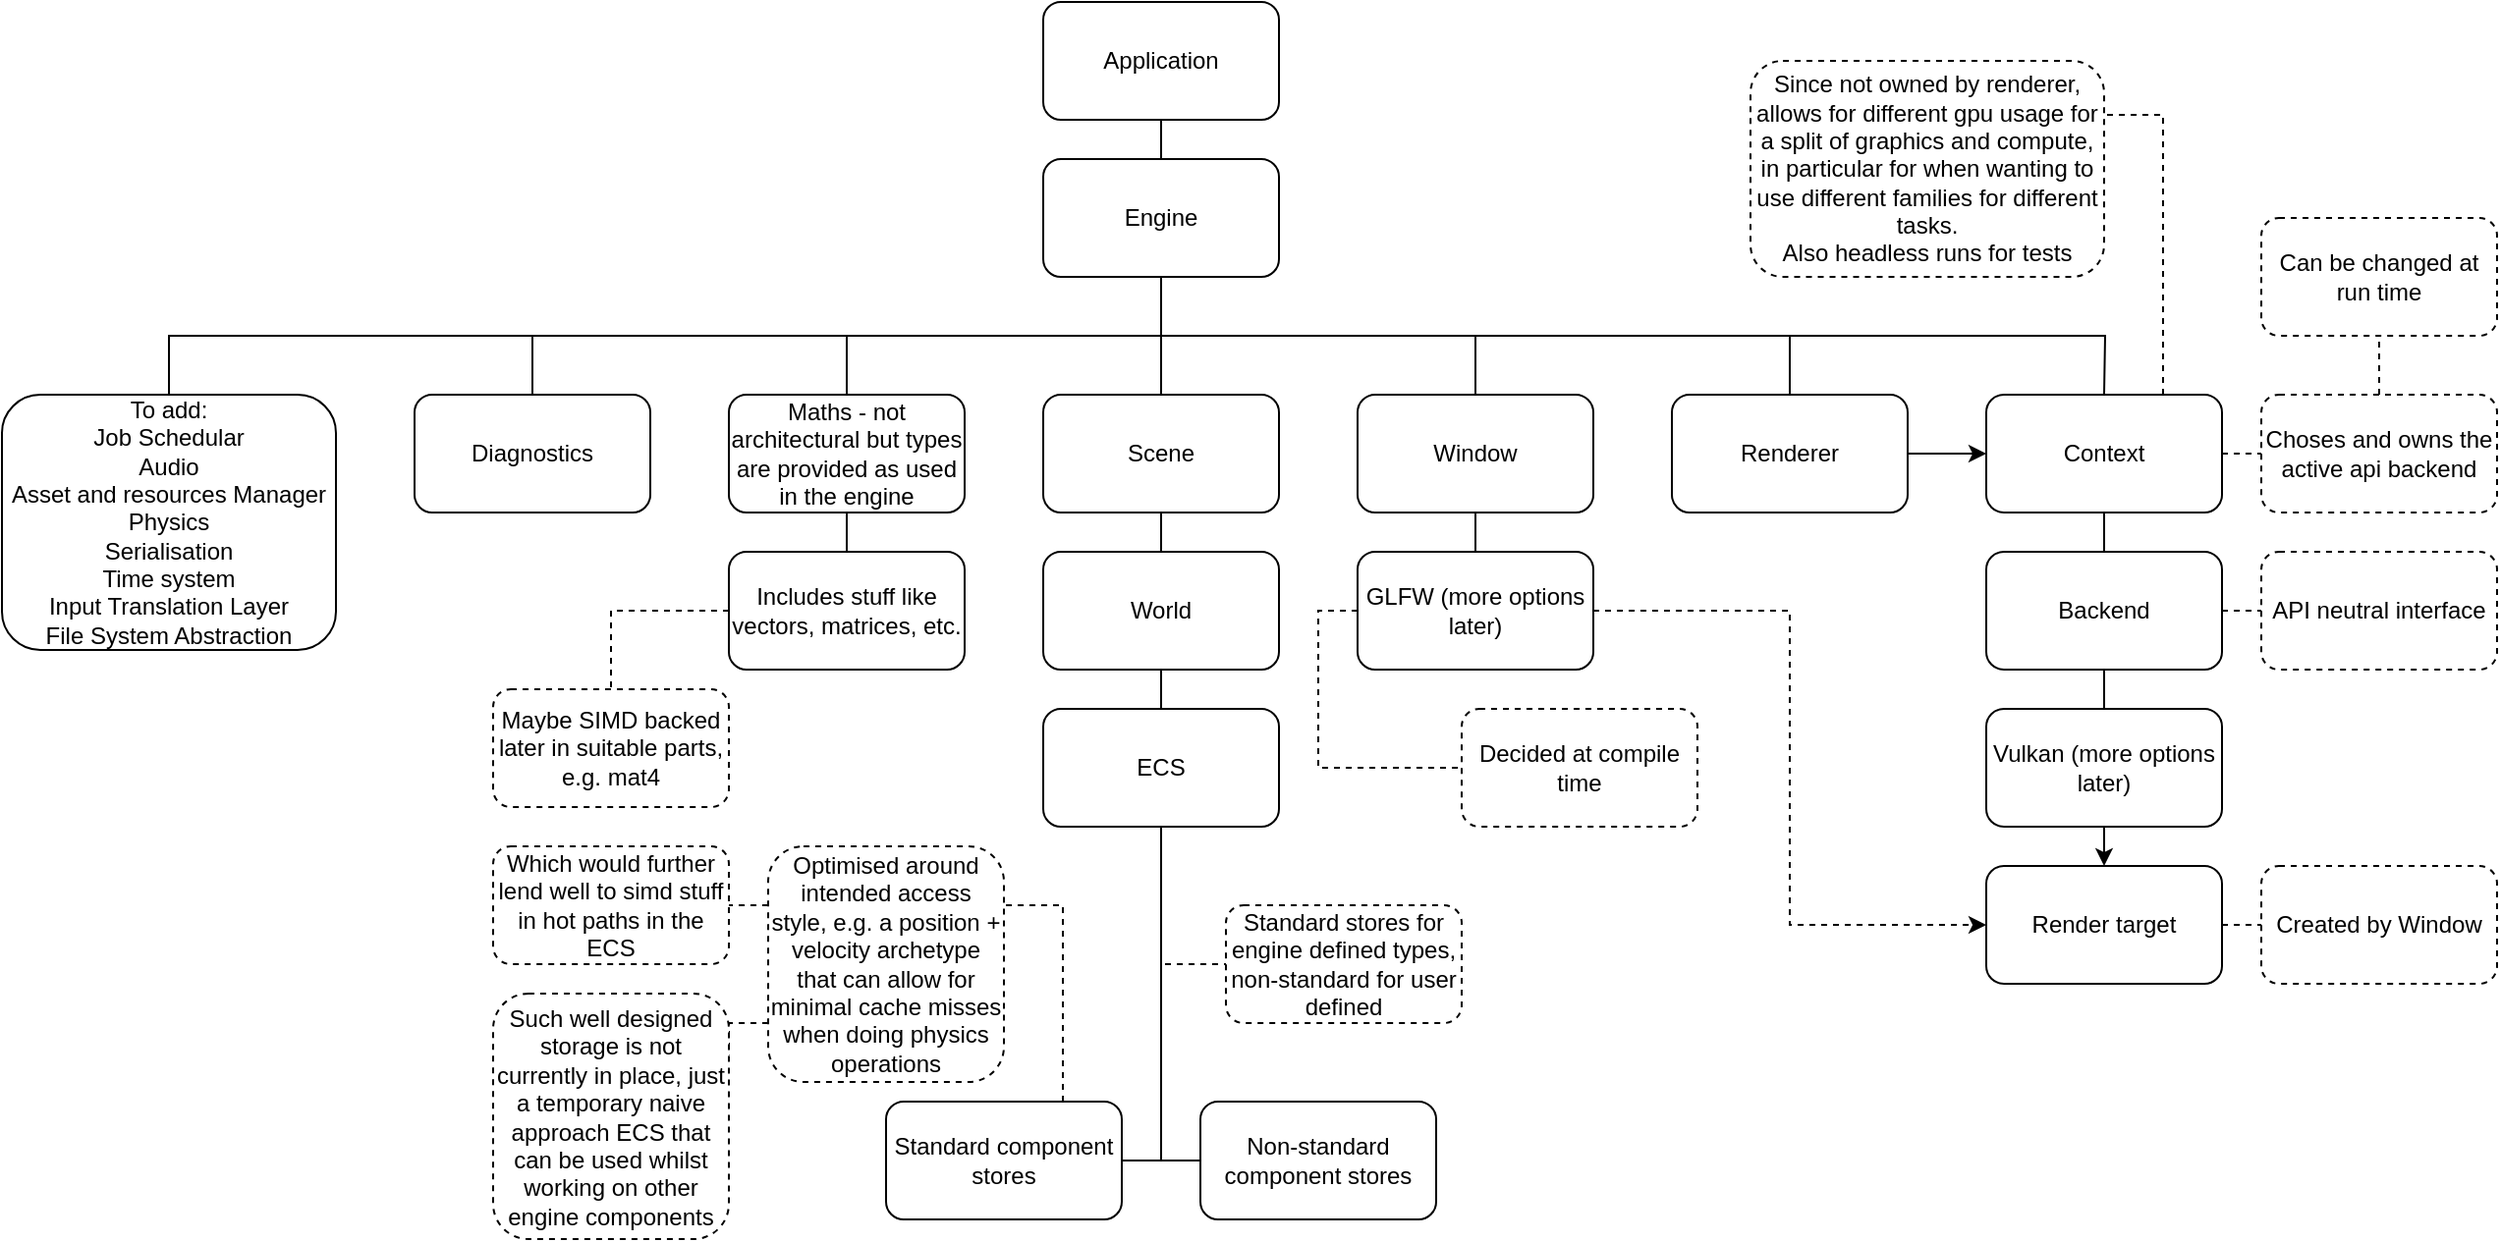
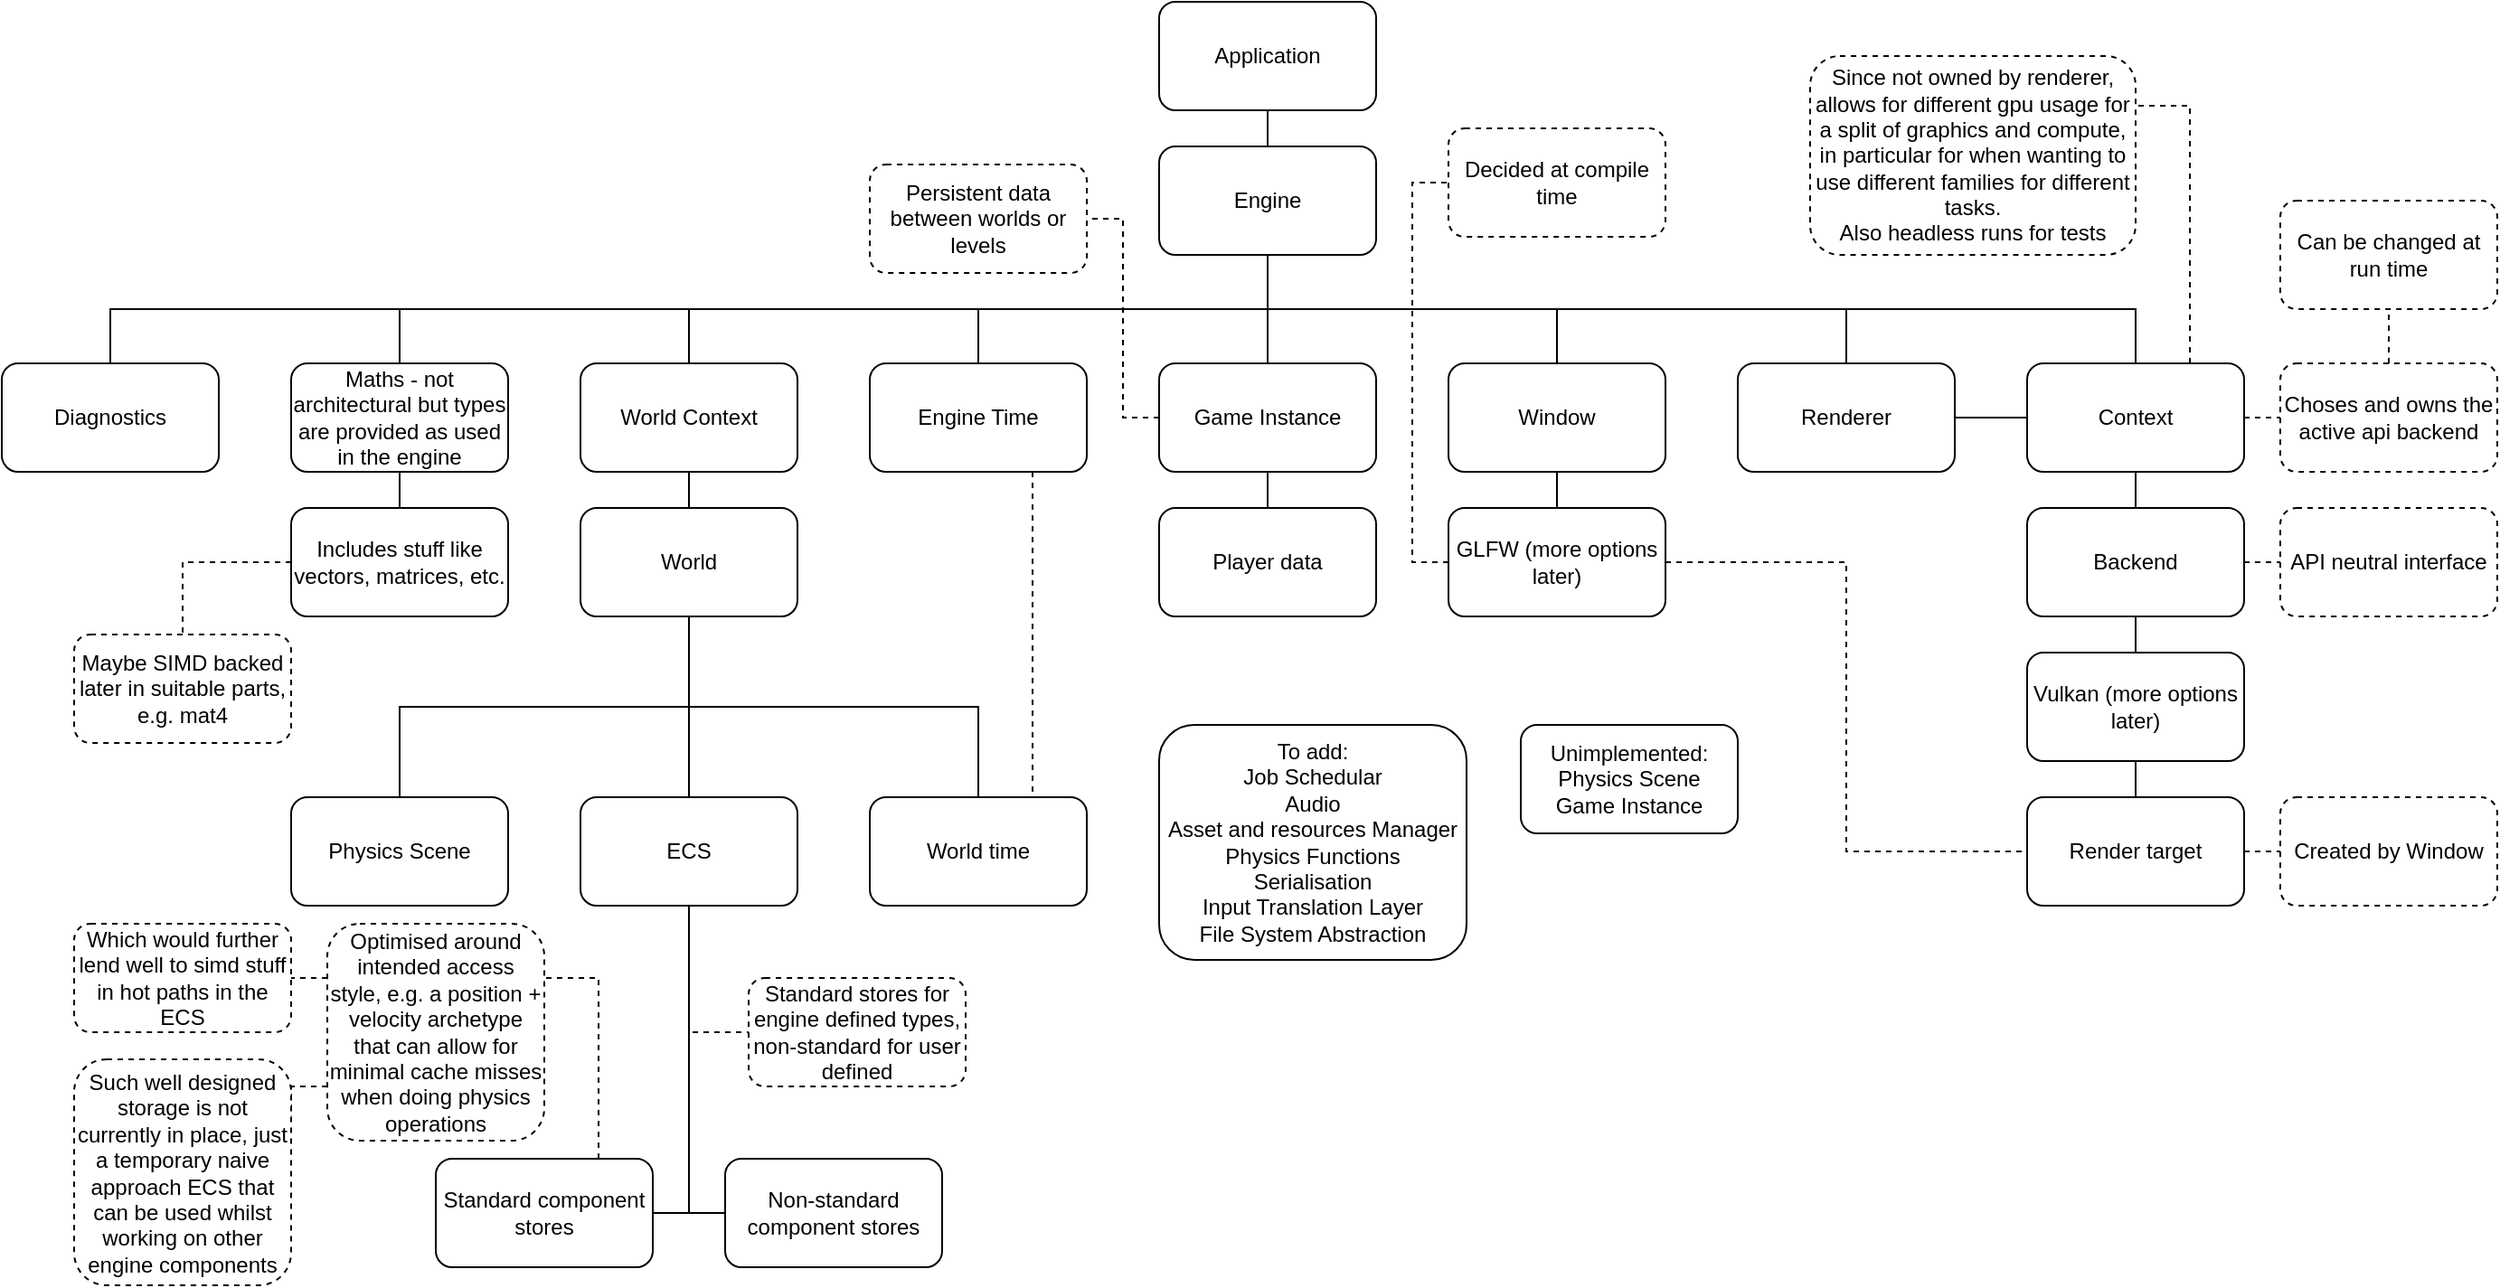
<mxfile host="app.diagrams.net">
  <diagram name="Page-1" id="mbhAn7DSFYo8dZAduWNX">
-     <mxGraphModel dx="2264" dy="987" grid="1" gridSize="10" guides="1" tooltips="1" connect="1" arrows="1" fold="1" page="1" pageScale="1" pageWidth="827" pageHeight="1169" math="0" shadow="0">
+     <mxGraphModel dx="2383" dy="864" grid="1" gridSize="10" guides="1" tooltips="1" connect="1" arrows="1" fold="1" page="1" pageScale="1" pageWidth="827" pageHeight="1169" math="0" shadow="0">
      <root>
        <mxCell id="0" />
        <mxCell id="1" parent="0" />
        <mxCell id="Oi5ag5eFNUSWMgOTI_YV-3" edge="1" parent="1" source="Oi5ag5eFNUSWMgOTI_YV-1" style="edgeStyle=orthogonalEdgeStyle;rounded=0;orthogonalLoop=1;jettySize=auto;html=1;exitX=0.5;exitY=1;exitDx=0;exitDy=0;entryX=0.5;entryY=0;entryDx=0;entryDy=0;endArrow=none;endFill=0;" target="Oi5ag5eFNUSWMgOTI_YV-2">
          <mxGeometry relative="1" as="geometry" />
        </mxCell>
        <mxCell id="Oi5ag5eFNUSWMgOTI_YV-1" parent="1" style="rounded=1;whiteSpace=wrap;html=1;" value="Application" vertex="1">
          <mxGeometry height="60" width="120" x="320" y="80" as="geometry" />
        </mxCell>
        <mxCell id="Oi5ag5eFNUSWMgOTI_YV-11" edge="1" parent="1" source="Oi5ag5eFNUSWMgOTI_YV-2" style="edgeStyle=orthogonalEdgeStyle;rounded=0;orthogonalLoop=1;jettySize=auto;html=1;exitX=0.5;exitY=1;exitDx=0;exitDy=0;entryX=0.5;entryY=0;entryDx=0;entryDy=0;endArrow=none;endFill=0;" target="Oi5ag5eFNUSWMgOTI_YV-4">
          <mxGeometry relative="1" as="geometry" />
        </mxCell>
-         <mxCell id="Oi5ag5eFNUSWMgOTI_YV-14" edge="1" parent="1" source="Oi5ag5eFNUSWMgOTI_YV-2" style="edgeStyle=orthogonalEdgeStyle;rounded=0;orthogonalLoop=1;jettySize=auto;html=1;exitX=0.5;exitY=1;exitDx=0;exitDy=0;entryX=0.5;entryY=0;entryDx=0;entryDy=0;endArrow=none;endFill=0;" target="Oi5ag5eFNUSWMgOTI_YV-5">
-           <mxGeometry relative="1" as="geometry" />
-         </mxCell>
-         <mxCell id="Oi5ag5eFNUSWMgOTI_YV-15" edge="1" parent="1" style="edgeStyle=orthogonalEdgeStyle;rounded=0;orthogonalLoop=1;jettySize=auto;html=1;entryX=0.5;entryY=0;entryDx=0;entryDy=0;endArrow=none;endFill=0;" target="Oi5ag5eFNUSWMgOTI_YV-8">
-           <mxGeometry relative="1" as="geometry">
-             <Array as="points">
-               <mxPoint x="380" y="250" />
-               <mxPoint x="540" y="250" />
-             </Array>
-             <mxPoint x="380" y="220" as="sourcePoint" />
-           </mxGeometry>
-         </mxCell>
        <mxCell id="Oi5ag5eFNUSWMgOTI_YV-16" edge="1" parent="1" source="Oi5ag5eFNUSWMgOTI_YV-2" style="edgeStyle=orthogonalEdgeStyle;rounded=0;orthogonalLoop=1;jettySize=auto;html=1;exitX=0.5;exitY=1;exitDx=0;exitDy=0;entryX=0.5;entryY=0;entryDx=0;entryDy=0;endArrow=none;endFill=0;" target="Oi5ag5eFNUSWMgOTI_YV-6">
          <mxGeometry relative="1" as="geometry" />
        </mxCell>
-         <mxCell id="Oi5ag5eFNUSWMgOTI_YV-17" edge="1" parent="1" source="Oi5ag5eFNUSWMgOTI_YV-2" style="edgeStyle=orthogonalEdgeStyle;rounded=0;orthogonalLoop=1;jettySize=auto;html=1;exitX=0.5;exitY=1;exitDx=0;exitDy=0;entryX=0.5;entryY=0;entryDx=0;entryDy=0;endArrow=none;endFill=0;" target="Oi5ag5eFNUSWMgOTI_YV-7">
-           <mxGeometry relative="1" as="geometry" />
-         </mxCell>
-         <mxCell id="Oi5ag5eFNUSWMgOTI_YV-20" edge="1" parent="1" source="Oi5ag5eFNUSWMgOTI_YV-2" style="edgeStyle=orthogonalEdgeStyle;rounded=0;orthogonalLoop=1;jettySize=auto;html=1;exitX=0.5;exitY=1;exitDx=0;exitDy=0;endArrow=none;endFill=0;">
-           <mxGeometry relative="1" as="geometry">
-             <mxPoint x="860" y="280.0000000000001" as="targetPoint" />
-           </mxGeometry>
-         </mxCell>
        <mxCell id="Oi5ag5eFNUSWMgOTI_YV-87" edge="1" parent="1" source="Oi5ag5eFNUSWMgOTI_YV-2" style="edgeStyle=orthogonalEdgeStyle;rounded=0;orthogonalLoop=1;jettySize=auto;html=1;exitX=0.5;exitY=1;exitDx=0;exitDy=0;entryX=0.5;entryY=0;entryDx=0;entryDy=0;endArrow=none;endFill=0;" target="Oi5ag5eFNUSWMgOTI_YV-86">
+           <mxGeometry relative="1" as="geometry" />
+         </mxCell>
+         <mxCell id="i3pJ2tpZdK7oocnIrgXj-2" edge="1" parent="1" source="Oi5ag5eFNUSWMgOTI_YV-2" style="edgeStyle=orthogonalEdgeStyle;rounded=0;orthogonalLoop=1;jettySize=auto;html=1;exitX=0.5;exitY=1;exitDx=0;exitDy=0;entryX=0.5;entryY=0;entryDx=0;entryDy=0;endArrow=none;endFill=0;" target="i3pJ2tpZdK7oocnIrgXj-1">
+           <mxGeometry relative="1" as="geometry" />
+         </mxCell>
+         <mxCell id="i3pJ2tpZdK7oocnIrgXj-9" edge="1" parent="1" source="Oi5ag5eFNUSWMgOTI_YV-2" style="edgeStyle=orthogonalEdgeStyle;rounded=0;orthogonalLoop=1;jettySize=auto;html=1;exitX=0.5;exitY=1;exitDx=0;exitDy=0;endArrow=none;endFill=0;" target="i3pJ2tpZdK7oocnIrgXj-8">
+           <mxGeometry relative="1" as="geometry" />
+         </mxCell>
+         <mxCell id="i3pJ2tpZdK7oocnIrgXj-14" edge="1" parent="1" source="Oi5ag5eFNUSWMgOTI_YV-2" style="edgeStyle=orthogonalEdgeStyle;rounded=0;orthogonalLoop=1;jettySize=auto;html=1;exitX=0.5;exitY=1;exitDx=0;exitDy=0;entryX=0.5;entryY=0;entryDx=0;entryDy=0;endArrow=none;endFill=0;" target="Oi5ag5eFNUSWMgOTI_YV-8">
+           <mxGeometry relative="1" as="geometry" />
+         </mxCell>
+         <mxCell id="i3pJ2tpZdK7oocnIrgXj-15" edge="1" parent="1" source="Oi5ag5eFNUSWMgOTI_YV-2" style="edgeStyle=orthogonalEdgeStyle;rounded=0;orthogonalLoop=1;jettySize=auto;html=1;exitX=0.5;exitY=1;exitDx=0;exitDy=0;entryX=0.5;entryY=0;entryDx=0;entryDy=0;endArrow=none;endFill=0;" target="Oi5ag5eFNUSWMgOTI_YV-5">
+           <mxGeometry relative="1" as="geometry" />
+         </mxCell>
+         <mxCell id="i3pJ2tpZdK7oocnIrgXj-16" edge="1" parent="1" source="Oi5ag5eFNUSWMgOTI_YV-2" style="edgeStyle=orthogonalEdgeStyle;rounded=0;orthogonalLoop=1;jettySize=auto;html=1;exitX=0.5;exitY=1;exitDx=0;exitDy=0;entryX=0.5;entryY=0;entryDx=0;entryDy=0;endArrow=none;endFill=0;" target="Oi5ag5eFNUSWMgOTI_YV-27">
          <mxGeometry relative="1" as="geometry" />
        </mxCell>
        <mxCell id="Oi5ag5eFNUSWMgOTI_YV-2" parent="1" style="rounded=1;whiteSpace=wrap;html=1;" value="Engine" vertex="1">
          <mxGeometry height="60" width="120" x="320" y="160" as="geometry" />
        </mxCell>
        <mxCell id="Oi5ag5eFNUSWMgOTI_YV-12" edge="1" parent="1" source="Oi5ag5eFNUSWMgOTI_YV-4" style="edgeStyle=orthogonalEdgeStyle;rounded=0;orthogonalLoop=1;jettySize=auto;html=1;exitX=0.5;exitY=1;exitDx=0;exitDy=0;entryX=0.5;entryY=0;entryDx=0;entryDy=0;endArrow=none;endFill=0;" target="Oi5ag5eFNUSWMgOTI_YV-9">
          <mxGeometry relative="1" as="geometry" />
        </mxCell>
-         <mxCell id="Oi5ag5eFNUSWMgOTI_YV-4" parent="1" style="rounded=1;whiteSpace=wrap;html=1;" value="Scene" vertex="1">
-           <mxGeometry height="60" width="120" x="320" y="280" as="geometry" />
-         </mxCell>
-         <mxCell id="Oi5ag5eFNUSWMgOTI_YV-77" edge="1" parent="1" source="Oi5ag5eFNUSWMgOTI_YV-5" style="edgeStyle=orthogonalEdgeStyle;rounded=0;orthogonalLoop=1;jettySize=auto;html=1;exitX=1;exitY=0.5;exitDx=0;exitDy=0;entryX=0;entryY=0.5;entryDx=0;entryDy=0;" target="Oi5ag5eFNUSWMgOTI_YV-27">
+         <mxCell id="Oi5ag5eFNUSWMgOTI_YV-4" parent="1" style="rounded=1;whiteSpace=wrap;html=1;" value="World Context" vertex="1">
+           <mxGeometry height="60" width="120" y="280" as="geometry" />
+         </mxCell>
+         <mxCell id="Oi5ag5eFNUSWMgOTI_YV-77" edge="1" parent="1" source="Oi5ag5eFNUSWMgOTI_YV-5" style="edgeStyle=orthogonalEdgeStyle;rounded=0;orthogonalLoop=1;jettySize=auto;html=1;exitX=1;exitY=0.5;exitDx=0;exitDy=0;entryX=0;entryY=0.5;entryDx=0;entryDy=0;endArrow=none;endFill=0;" target="Oi5ag5eFNUSWMgOTI_YV-27">
          <mxGeometry relative="1" as="geometry" />
        </mxCell>
        <mxCell id="Oi5ag5eFNUSWMgOTI_YV-5" parent="1" style="rounded=1;whiteSpace=wrap;html=1;" value="Renderer" vertex="1">
          <mxGeometry height="60" width="120" x="640" y="280" as="geometry" />
        </mxCell>
        <mxCell id="Oi5ag5eFNUSWMgOTI_YV-69" edge="1" parent="1" source="Oi5ag5eFNUSWMgOTI_YV-6" style="edgeStyle=orthogonalEdgeStyle;rounded=0;orthogonalLoop=1;jettySize=auto;html=1;exitX=0.5;exitY=1;exitDx=0;exitDy=0;entryX=0.5;entryY=0;entryDx=0;entryDy=0;endArrow=none;endFill=0;" target="Oi5ag5eFNUSWMgOTI_YV-68">
          <mxGeometry relative="1" as="geometry" />
        </mxCell>
        <mxCell id="Oi5ag5eFNUSWMgOTI_YV-6" parent="1" style="rounded=1;whiteSpace=wrap;html=1;" value="Maths - not architectural but types are provided as used in the engine" vertex="1">
-           <mxGeometry height="60" width="120" x="160" y="280" as="geometry" />
-         </mxCell>
-         <mxCell id="Oi5ag5eFNUSWMgOTI_YV-7" parent="1" style="rounded=1;whiteSpace=wrap;html=1;" value="To add:&lt;div&gt;Job Schedular&lt;/div&gt;&lt;div&gt;Audio&lt;/div&gt;&lt;div&gt;Asset and resources Manager&lt;/div&gt;&lt;div&gt;Physics&lt;/div&gt;&lt;div&gt;Serialisation&lt;/div&gt;&lt;div&gt;Time system&lt;/div&gt;&lt;div&gt;Input Translation Layer&lt;/div&gt;&lt;div&gt;File System Abstraction&lt;/div&gt;" vertex="1">
-           <mxGeometry height="130" width="170" x="-210" y="280" as="geometry" />
+           <mxGeometry height="60" width="120" x="-160" y="280" as="geometry" />
+         </mxCell>
+         <mxCell id="Oi5ag5eFNUSWMgOTI_YV-7" parent="1" style="rounded=1;whiteSpace=wrap;html=1;" value="To add:&lt;div&gt;Job Schedular&lt;/div&gt;&lt;div&gt;Audio&lt;/div&gt;&lt;div&gt;Asset and resources Manager&lt;/div&gt;&lt;div&gt;Physics Functions&lt;/div&gt;&lt;div&gt;Serialisation&lt;/div&gt;&lt;div&gt;Input Translation Layer&lt;br&gt;&lt;/div&gt;&lt;div&gt;File System Abstraction&lt;/div&gt;" vertex="1">
+           <mxGeometry height="130" width="170" x="320" y="480" as="geometry" />
        </mxCell>
        <mxCell id="Oi5ag5eFNUSWMgOTI_YV-59" edge="1" parent="1" source="Oi5ag5eFNUSWMgOTI_YV-8" style="edgeStyle=orthogonalEdgeStyle;rounded=0;orthogonalLoop=1;jettySize=auto;html=1;exitX=0.5;exitY=1;exitDx=0;exitDy=0;entryX=0.5;entryY=0;entryDx=0;entryDy=0;endArrow=none;endFill=0;" target="Oi5ag5eFNUSWMgOTI_YV-58">
          <mxGeometry relative="1" as="geometry" />
        </mxCell>
        <mxCell id="Oi5ag5eFNUSWMgOTI_YV-62" edge="1" parent="1" source="Oi5ag5eFNUSWMgOTI_YV-58" style="edgeStyle=orthogonalEdgeStyle;rounded=0;orthogonalLoop=1;jettySize=auto;html=1;exitX=0;exitY=0.5;exitDx=0;exitDy=0;entryX=0;entryY=0.5;entryDx=0;entryDy=0;dashed=1;endArrow=none;endFill=0;" target="Oi5ag5eFNUSWMgOTI_YV-43">
          <mxGeometry relative="1" as="geometry" />
        </mxCell>
        <mxCell id="Oi5ag5eFNUSWMgOTI_YV-8" parent="1" style="rounded=1;whiteSpace=wrap;html=1;" value="Window" vertex="1">
          <mxGeometry height="60" width="120" x="480" y="280" as="geometry" />
        </mxCell>
        <mxCell id="Oi5ag5eFNUSWMgOTI_YV-13" edge="1" parent="1" source="Oi5ag5eFNUSWMgOTI_YV-9" style="edgeStyle=orthogonalEdgeStyle;rounded=0;orthogonalLoop=1;jettySize=auto;html=1;exitX=0.5;exitY=1;exitDx=0;exitDy=0;entryX=0.5;entryY=0;entryDx=0;entryDy=0;endArrow=none;endFill=0;" target="Oi5ag5eFNUSWMgOTI_YV-10">
          <mxGeometry relative="1" as="geometry" />
        </mxCell>
+         <mxCell id="i3pJ2tpZdK7oocnIrgXj-4" edge="1" parent="1" source="Oi5ag5eFNUSWMgOTI_YV-9" style="edgeStyle=orthogonalEdgeStyle;rounded=0;orthogonalLoop=1;jettySize=auto;html=1;exitX=0.5;exitY=1;exitDx=0;exitDy=0;entryX=0.5;entryY=0;entryDx=0;entryDy=0;endArrow=none;endFill=0;" target="i3pJ2tpZdK7oocnIrgXj-3">
+           <mxGeometry relative="1" as="geometry" />
+         </mxCell>
+         <mxCell id="i3pJ2tpZdK7oocnIrgXj-7" edge="1" parent="1" source="Oi5ag5eFNUSWMgOTI_YV-9" style="edgeStyle=orthogonalEdgeStyle;rounded=0;orthogonalLoop=1;jettySize=auto;html=1;exitX=0.5;exitY=1;exitDx=0;exitDy=0;entryX=0.5;entryY=0;entryDx=0;entryDy=0;endArrow=none;endFill=0;" target="i3pJ2tpZdK7oocnIrgXj-6">
+           <mxGeometry relative="1" as="geometry" />
+         </mxCell>
        <mxCell id="Oi5ag5eFNUSWMgOTI_YV-9" parent="1" style="rounded=1;whiteSpace=wrap;html=1;" value="World" vertex="1">
-           <mxGeometry height="60" width="120" x="320" y="360" as="geometry" />
+           <mxGeometry height="60" width="120" y="360" as="geometry" />
        </mxCell>
        <mxCell id="Oi5ag5eFNUSWMgOTI_YV-39" edge="1" parent="1" source="Oi5ag5eFNUSWMgOTI_YV-10" style="edgeStyle=orthogonalEdgeStyle;rounded=0;orthogonalLoop=1;jettySize=auto;html=1;exitX=0.5;exitY=1;exitDx=0;exitDy=0;entryX=1;entryY=0.5;entryDx=0;entryDy=0;endArrow=none;endFill=0;" target="Oi5ag5eFNUSWMgOTI_YV-37">
          <mxGeometry relative="1" as="geometry" />
        </mxCell>
        <mxCell id="Oi5ag5eFNUSWMgOTI_YV-40" edge="1" parent="1" source="Oi5ag5eFNUSWMgOTI_YV-10" style="edgeStyle=orthogonalEdgeStyle;rounded=0;orthogonalLoop=1;jettySize=auto;html=1;exitX=0.5;exitY=1;exitDx=0;exitDy=0;entryX=0;entryY=0.5;entryDx=0;entryDy=0;endArrow=none;endFill=0;" target="Oi5ag5eFNUSWMgOTI_YV-38">
          <mxGeometry relative="1" as="geometry" />
        </mxCell>
        <mxCell id="Oi5ag5eFNUSWMgOTI_YV-61" edge="1" parent="1" source="Oi5ag5eFNUSWMgOTI_YV-10" style="edgeStyle=orthogonalEdgeStyle;rounded=0;orthogonalLoop=1;jettySize=auto;html=1;exitX=0.5;exitY=1;exitDx=0;exitDy=0;entryX=0;entryY=0.5;entryDx=0;entryDy=0;dashed=1;endArrow=none;endFill=0;" target="Oi5ag5eFNUSWMgOTI_YV-60">
          <mxGeometry relative="1" as="geometry" />
        </mxCell>
        <mxCell id="Oi5ag5eFNUSWMgOTI_YV-10" parent="1" style="rounded=1;whiteSpace=wrap;html=1;" value="ECS" vertex="1">
-           <mxGeometry height="60" width="120" x="320" y="440" as="geometry" />
+           <mxGeometry height="60" width="120" y="520" as="geometry" />
        </mxCell>
        <mxCell id="Oi5ag5eFNUSWMgOTI_YV-55" edge="1" parent="1" source="Oi5ag5eFNUSWMgOTI_YV-27" style="edgeStyle=orthogonalEdgeStyle;rounded=0;orthogonalLoop=1;jettySize=auto;html=1;exitX=0.5;exitY=1;exitDx=0;exitDy=0;entryX=0.5;entryY=0;entryDx=0;entryDy=0;endArrow=none;endFill=0;" target="Oi5ag5eFNUSWMgOTI_YV-31">
          <mxGeometry relative="1" as="geometry" />
        </mxCell>
        <mxCell id="Oi5ag5eFNUSWMgOTI_YV-64" edge="1" parent="1" source="Oi5ag5eFNUSWMgOTI_YV-27" style="edgeStyle=orthogonalEdgeStyle;rounded=0;orthogonalLoop=1;jettySize=auto;html=1;exitX=1;exitY=0.5;exitDx=0;exitDy=0;entryX=0;entryY=0.5;entryDx=0;entryDy=0;dashed=1;endArrow=none;endFill=0;" target="Oi5ag5eFNUSWMgOTI_YV-51">
          <mxGeometry relative="1" as="geometry" />
        </mxCell>
        <mxCell id="Oi5ag5eFNUSWMgOTI_YV-66" edge="1" parent="1" source="Oi5ag5eFNUSWMgOTI_YV-27" style="edgeStyle=orthogonalEdgeStyle;rounded=0;orthogonalLoop=1;jettySize=auto;html=1;exitX=0.75;exitY=0;exitDx=0;exitDy=0;entryX=1;entryY=0.25;entryDx=0;entryDy=0;dashed=1;endArrow=none;endFill=0;" target="Oi5ag5eFNUSWMgOTI_YV-41">
          <mxGeometry relative="1" as="geometry" />
        </mxCell>
        <mxCell id="Oi5ag5eFNUSWMgOTI_YV-27" parent="1" style="rounded=1;whiteSpace=wrap;html=1;" value="Context" vertex="1">
          <mxGeometry height="60" width="120" x="800" y="280" as="geometry" />
        </mxCell>
        <mxCell id="Oi5ag5eFNUSWMgOTI_YV-34" edge="1" parent="1" source="Oi5ag5eFNUSWMgOTI_YV-31" style="edgeStyle=orthogonalEdgeStyle;rounded=0;orthogonalLoop=1;jettySize=auto;html=1;exitX=0.5;exitY=1;exitDx=0;exitDy=0;entryX=0.5;entryY=0;entryDx=0;entryDy=0;endArrow=none;endFill=0;" target="Oi5ag5eFNUSWMgOTI_YV-32">
          <mxGeometry relative="1" as="geometry" />
        </mxCell>
        <mxCell id="Oi5ag5eFNUSWMgOTI_YV-65" edge="1" parent="1" source="Oi5ag5eFNUSWMgOTI_YV-31" style="edgeStyle=orthogonalEdgeStyle;rounded=0;orthogonalLoop=1;jettySize=auto;html=1;exitX=1;exitY=0.5;exitDx=0;exitDy=0;entryX=0;entryY=0.5;entryDx=0;entryDy=0;dashed=1;endArrow=none;endFill=0;" target="Oi5ag5eFNUSWMgOTI_YV-53">
          <mxGeometry relative="1" as="geometry" />
        </mxCell>
        <mxCell id="Oi5ag5eFNUSWMgOTI_YV-31" parent="1" style="rounded=1;whiteSpace=wrap;html=1;" value="Backend" vertex="1">
          <mxGeometry height="60" width="120" x="800" y="360" as="geometry" />
        </mxCell>
-         <mxCell id="Oi5ag5eFNUSWMgOTI_YV-79" edge="1" parent="1" source="Oi5ag5eFNUSWMgOTI_YV-32" style="edgeStyle=orthogonalEdgeStyle;rounded=0;orthogonalLoop=1;jettySize=auto;html=1;exitX=0.5;exitY=1;exitDx=0;exitDy=0;entryX=0.5;entryY=0;entryDx=0;entryDy=0;" target="Oi5ag5eFNUSWMgOTI_YV-78">
+         <mxCell id="Oi5ag5eFNUSWMgOTI_YV-79" edge="1" parent="1" source="Oi5ag5eFNUSWMgOTI_YV-32" style="edgeStyle=orthogonalEdgeStyle;rounded=0;orthogonalLoop=1;jettySize=auto;html=1;exitX=0.5;exitY=1;exitDx=0;exitDy=0;entryX=0.5;entryY=0;entryDx=0;entryDy=0;endArrow=none;endFill=0;" target="Oi5ag5eFNUSWMgOTI_YV-78">
          <mxGeometry relative="1" as="geometry" />
        </mxCell>
        <mxCell id="Oi5ag5eFNUSWMgOTI_YV-32" parent="1" style="rounded=1;whiteSpace=wrap;html=1;" value="Vulkan (more options later)" vertex="1">
          <mxGeometry height="60" width="120" x="800" y="440" as="geometry" />
        </mxCell>
        <mxCell id="Oi5ag5eFNUSWMgOTI_YV-46" edge="1" parent="1" source="Oi5ag5eFNUSWMgOTI_YV-37" style="edgeStyle=orthogonalEdgeStyle;rounded=0;orthogonalLoop=1;jettySize=auto;html=1;exitX=0.75;exitY=0;exitDx=0;exitDy=0;entryX=1;entryY=0.25;entryDx=0;entryDy=0;dashed=1;endArrow=none;endFill=0;" target="Oi5ag5eFNUSWMgOTI_YV-45">
          <mxGeometry relative="1" as="geometry" />
        </mxCell>
        <mxCell id="Oi5ag5eFNUSWMgOTI_YV-37" parent="1" style="rounded=1;whiteSpace=wrap;html=1;" value="Standard component stores" vertex="1">
-           <mxGeometry height="60" width="120" x="240" y="640" as="geometry" />
+           <mxGeometry height="60" width="120" x="-80" y="720" as="geometry" />
        </mxCell>
        <mxCell id="Oi5ag5eFNUSWMgOTI_YV-38" parent="1" style="rounded=1;whiteSpace=wrap;html=1;" value="Non-standard component stores" vertex="1">
-           <mxGeometry height="60" width="120" x="400" y="640" as="geometry" />
+           <mxGeometry height="60" width="120" x="80" y="720" as="geometry" />
        </mxCell>
        <mxCell id="Oi5ag5eFNUSWMgOTI_YV-41" parent="1" style="rounded=1;whiteSpace=wrap;html=1;dashed=1;" value="Since not owned by renderer, allows for different gpu usage for a split of graphics and compute, in particular for when wanting to use different families for different tasks.&lt;div&gt;Also headless runs for tests&lt;/div&gt;" vertex="1">
          <mxGeometry height="110" width="180" x="680" y="110" as="geometry" />
        </mxCell>
        <mxCell id="Oi5ag5eFNUSWMgOTI_YV-43" parent="1" style="rounded=1;whiteSpace=wrap;html=1;dashed=1;" value="Decided at compile time" vertex="1">
-           <mxGeometry height="60" width="120" x="533" y="440" as="geometry" />
+           <mxGeometry height="60" width="120" x="480" y="150" as="geometry" />
        </mxCell>
        <mxCell id="Oi5ag5eFNUSWMgOTI_YV-48" edge="1" parent="1" source="Oi5ag5eFNUSWMgOTI_YV-45" style="edgeStyle=orthogonalEdgeStyle;rounded=0;orthogonalLoop=1;jettySize=auto;html=1;exitX=0;exitY=0.25;exitDx=0;exitDy=0;entryX=1;entryY=0.5;entryDx=0;entryDy=0;dashed=1;endArrow=none;endFill=0;" target="Oi5ag5eFNUSWMgOTI_YV-47">
          <mxGeometry relative="1" as="geometry" />
        </mxCell>
        <mxCell id="Oi5ag5eFNUSWMgOTI_YV-85" edge="1" parent="1" source="Oi5ag5eFNUSWMgOTI_YV-45" style="edgeStyle=orthogonalEdgeStyle;rounded=0;orthogonalLoop=1;jettySize=auto;html=1;exitX=0;exitY=0.75;exitDx=0;exitDy=0;entryX=1;entryY=0.25;entryDx=0;entryDy=0;endArrow=none;endFill=0;dashed=1;" target="Oi5ag5eFNUSWMgOTI_YV-84">
          <mxGeometry relative="1" as="geometry" />
        </mxCell>
        <mxCell id="Oi5ag5eFNUSWMgOTI_YV-45" parent="1" style="rounded=1;whiteSpace=wrap;html=1;dashed=1;" value="Optimised around intended access style, e.g. a position + velocity archetype that can allow for minimal cache misses when doing physics operations" vertex="1">
-           <mxGeometry height="120" width="120" x="180" y="510" as="geometry" />
+           <mxGeometry height="120" width="120" x="-140" y="590" as="geometry" />
        </mxCell>
        <mxCell id="Oi5ag5eFNUSWMgOTI_YV-47" parent="1" style="rounded=1;whiteSpace=wrap;html=1;dashed=1;" value="Which would further lend well to simd stuff in hot paths in the ECS" vertex="1">
-           <mxGeometry height="60" width="120" x="40" y="510" as="geometry" />
+           <mxGeometry height="60" width="120" x="-280" y="590" as="geometry" />
        </mxCell>
        <mxCell id="Oi5ag5eFNUSWMgOTI_YV-49" parent="1" style="rounded=1;whiteSpace=wrap;html=1;dashed=1;" value="Can be changed at run time" vertex="1">
          <mxGeometry height="60" width="120" x="940" y="190" as="geometry" />
        </mxCell>
        <mxCell id="Oi5ag5eFNUSWMgOTI_YV-63" edge="1" parent="1" source="Oi5ag5eFNUSWMgOTI_YV-51" style="edgeStyle=orthogonalEdgeStyle;rounded=0;orthogonalLoop=1;jettySize=auto;html=1;exitX=0.5;exitY=0;exitDx=0;exitDy=0;entryX=0.5;entryY=1;entryDx=0;entryDy=0;dashed=1;endArrow=none;endFill=0;" target="Oi5ag5eFNUSWMgOTI_YV-49">
          <mxGeometry relative="1" as="geometry" />
        </mxCell>
        <mxCell id="Oi5ag5eFNUSWMgOTI_YV-51" parent="1" style="rounded=1;whiteSpace=wrap;html=1;dashed=1;" value="Choses and owns the active api backend" vertex="1">
          <mxGeometry height="60" width="120" x="940" y="280" as="geometry" />
        </mxCell>
        <mxCell id="Oi5ag5eFNUSWMgOTI_YV-53" parent="1" style="rounded=1;whiteSpace=wrap;html=1;dashed=1;" value="API neutral interface" vertex="1">
          <mxGeometry height="60" width="120" x="940" y="360" as="geometry" />
        </mxCell>
-         <mxCell id="Oi5ag5eFNUSWMgOTI_YV-82" edge="1" parent="1" source="Oi5ag5eFNUSWMgOTI_YV-58" style="edgeStyle=orthogonalEdgeStyle;rounded=0;orthogonalLoop=1;jettySize=auto;html=1;exitX=1;exitY=0.5;exitDx=0;exitDy=0;entryX=0;entryY=0.5;entryDx=0;entryDy=0;dashed=1;" target="Oi5ag5eFNUSWMgOTI_YV-78">
+         <mxCell id="Oi5ag5eFNUSWMgOTI_YV-82" edge="1" parent="1" source="Oi5ag5eFNUSWMgOTI_YV-58" style="edgeStyle=orthogonalEdgeStyle;rounded=0;orthogonalLoop=1;jettySize=auto;html=1;exitX=1;exitY=0.5;exitDx=0;exitDy=0;entryX=0;entryY=0.5;entryDx=0;entryDy=0;dashed=1;endArrow=none;endFill=0;" target="Oi5ag5eFNUSWMgOTI_YV-78">
          <mxGeometry relative="1" as="geometry" />
        </mxCell>
        <mxCell id="Oi5ag5eFNUSWMgOTI_YV-58" parent="1" style="rounded=1;whiteSpace=wrap;html=1;" value="GLFW (more options later)" vertex="1">
          <mxGeometry height="60" width="120" x="480" y="360" as="geometry" />
        </mxCell>
        <mxCell id="Oi5ag5eFNUSWMgOTI_YV-60" parent="1" style="rounded=1;whiteSpace=wrap;html=1;dashed=1;" value="Standard stores for engine defined types, non-standard for user defined" vertex="1">
-           <mxGeometry height="60" width="120" x="413" y="540" as="geometry" />
+           <mxGeometry height="60" width="120" x="93" y="620" as="geometry" />
        </mxCell>
        <mxCell id="Oi5ag5eFNUSWMgOTI_YV-73" edge="1" parent="1" source="Oi5ag5eFNUSWMgOTI_YV-68" style="edgeStyle=orthogonalEdgeStyle;rounded=0;orthogonalLoop=1;jettySize=auto;html=1;exitX=0;exitY=0.5;exitDx=0;exitDy=0;entryX=0.5;entryY=0;entryDx=0;entryDy=0;dashed=1;endArrow=none;endFill=0;" target="Oi5ag5eFNUSWMgOTI_YV-71">
          <mxGeometry relative="1" as="geometry" />
        </mxCell>
        <mxCell id="Oi5ag5eFNUSWMgOTI_YV-68" parent="1" style="rounded=1;whiteSpace=wrap;html=1;" value="Includes stuff like vectors, matrices, etc." vertex="1">
-           <mxGeometry height="60" width="120" x="160" y="360" as="geometry" />
+           <mxGeometry height="60" width="120" x="-160" y="360" as="geometry" />
        </mxCell>
        <mxCell id="Oi5ag5eFNUSWMgOTI_YV-71" parent="1" style="rounded=1;whiteSpace=wrap;html=1;dashed=1;" value="Maybe SIMD backed later in suitable parts, e.g. mat4" vertex="1">
-           <mxGeometry height="60" width="120" x="40" y="430" as="geometry" />
+           <mxGeometry height="60" width="120" x="-280" y="430" as="geometry" />
        </mxCell>
        <mxCell id="Oi5ag5eFNUSWMgOTI_YV-83" edge="1" parent="1" source="Oi5ag5eFNUSWMgOTI_YV-78" style="edgeStyle=orthogonalEdgeStyle;rounded=0;orthogonalLoop=1;jettySize=auto;html=1;exitX=1;exitY=0.5;exitDx=0;exitDy=0;entryX=0;entryY=0.5;entryDx=0;entryDy=0;endArrow=none;endFill=0;dashed=1;" target="Oi5ag5eFNUSWMgOTI_YV-80">
          <mxGeometry relative="1" as="geometry" />
        </mxCell>
        <mxCell id="Oi5ag5eFNUSWMgOTI_YV-78" parent="1" style="rounded=1;whiteSpace=wrap;html=1;" value="Render target" vertex="1">
          <mxGeometry height="60" width="120" x="800" y="520" as="geometry" />
        </mxCell>
        <mxCell id="Oi5ag5eFNUSWMgOTI_YV-80" parent="1" style="rounded=1;whiteSpace=wrap;html=1;dashed=1;" value="Created by Window" vertex="1">
          <mxGeometry height="60" width="120" x="940" y="520" as="geometry" />
        </mxCell>
        <mxCell id="Oi5ag5eFNUSWMgOTI_YV-84" parent="1" style="rounded=1;whiteSpace=wrap;html=1;dashed=1;" value="Such well designed storage is not currently in place, just a temporary naive approach ECS that can be used whilst working on other engine components" vertex="1">
-           <mxGeometry height="125" width="120" x="40" y="585" as="geometry" />
+           <mxGeometry height="125" width="120" x="-280" y="665" as="geometry" />
        </mxCell>
        <mxCell id="Oi5ag5eFNUSWMgOTI_YV-86" parent="1" style="rounded=1;whiteSpace=wrap;html=1;" value="Diagnostics" vertex="1">
-           <mxGeometry height="60" width="120" y="280" as="geometry" />
+           <mxGeometry height="60" width="120" x="-320" y="280" as="geometry" />
+         </mxCell>
+         <mxCell id="i3pJ2tpZdK7oocnIrgXj-17" edge="1" parent="1" source="i3pJ2tpZdK7oocnIrgXj-1" style="edgeStyle=orthogonalEdgeStyle;rounded=0;orthogonalLoop=1;jettySize=auto;html=1;exitX=0.75;exitY=1;exitDx=0;exitDy=0;entryX=0.75;entryY=0;entryDx=0;entryDy=0;endArrow=none;endFill=0;dashed=1;" target="i3pJ2tpZdK7oocnIrgXj-3">
+           <mxGeometry relative="1" as="geometry" />
+         </mxCell>
+         <mxCell id="i3pJ2tpZdK7oocnIrgXj-1" parent="1" style="rounded=1;whiteSpace=wrap;html=1;" value="Engine Time" vertex="1">
+           <mxGeometry height="60" width="120" x="160" y="280" as="geometry" />
+         </mxCell>
+         <mxCell id="i3pJ2tpZdK7oocnIrgXj-3" parent="1" style="rounded=1;whiteSpace=wrap;html=1;" value="World time" vertex="1">
+           <mxGeometry height="60" width="120" x="160" y="520" as="geometry" />
+         </mxCell>
+         <mxCell id="i3pJ2tpZdK7oocnIrgXj-6" parent="1" style="rounded=1;whiteSpace=wrap;html=1;" value="Physics Scene" vertex="1">
+           <mxGeometry height="60" width="120" x="-160" y="520" as="geometry" />
+         </mxCell>
+         <mxCell id="i3pJ2tpZdK7oocnIrgXj-11" edge="1" parent="1" source="i3pJ2tpZdK7oocnIrgXj-8" style="edgeStyle=orthogonalEdgeStyle;rounded=0;orthogonalLoop=1;jettySize=auto;html=1;exitX=0;exitY=0.5;exitDx=0;exitDy=0;entryX=1;entryY=0.5;entryDx=0;entryDy=0;endArrow=none;endFill=0;dashed=1;" target="i3pJ2tpZdK7oocnIrgXj-10">
+           <mxGeometry relative="1" as="geometry" />
+         </mxCell>
+         <mxCell id="i3pJ2tpZdK7oocnIrgXj-18" edge="1" parent="1" source="i3pJ2tpZdK7oocnIrgXj-8" style="edgeStyle=orthogonalEdgeStyle;rounded=0;orthogonalLoop=1;jettySize=auto;html=1;exitX=0.5;exitY=1;exitDx=0;exitDy=0;entryX=0.5;entryY=0;entryDx=0;entryDy=0;endArrow=none;endFill=0;" target="i3pJ2tpZdK7oocnIrgXj-12">
+           <mxGeometry relative="1" as="geometry" />
+         </mxCell>
+         <mxCell id="i3pJ2tpZdK7oocnIrgXj-8" parent="1" style="rounded=1;whiteSpace=wrap;html=1;" value="Game Instance" vertex="1">
+           <mxGeometry height="60" width="120" x="320" y="280" as="geometry" />
+         </mxCell>
+         <mxCell id="i3pJ2tpZdK7oocnIrgXj-10" parent="1" style="rounded=1;whiteSpace=wrap;html=1;dashed=1;" value="Persistent data between worlds or levels" vertex="1">
+           <mxGeometry height="60" width="120" x="160" y="170" as="geometry" />
+         </mxCell>
+         <mxCell id="i3pJ2tpZdK7oocnIrgXj-12" parent="1" style="rounded=1;whiteSpace=wrap;html=1;" value="Player data" vertex="1">
+           <mxGeometry height="60" width="120" x="320" y="360" as="geometry" />
+         </mxCell>
+         <mxCell id="i3pJ2tpZdK7oocnIrgXj-19" parent="1" style="rounded=1;whiteSpace=wrap;html=1;" value="Unimplemented:&lt;div&gt;Physics Scene&lt;/div&gt;&lt;div&gt;Game Instance&lt;/div&gt;" vertex="1">
+           <mxGeometry height="60" width="120" x="520" y="480" as="geometry" />
        </mxCell>
      </root>
    </mxGraphModel>
  </diagram>
</mxfile>
